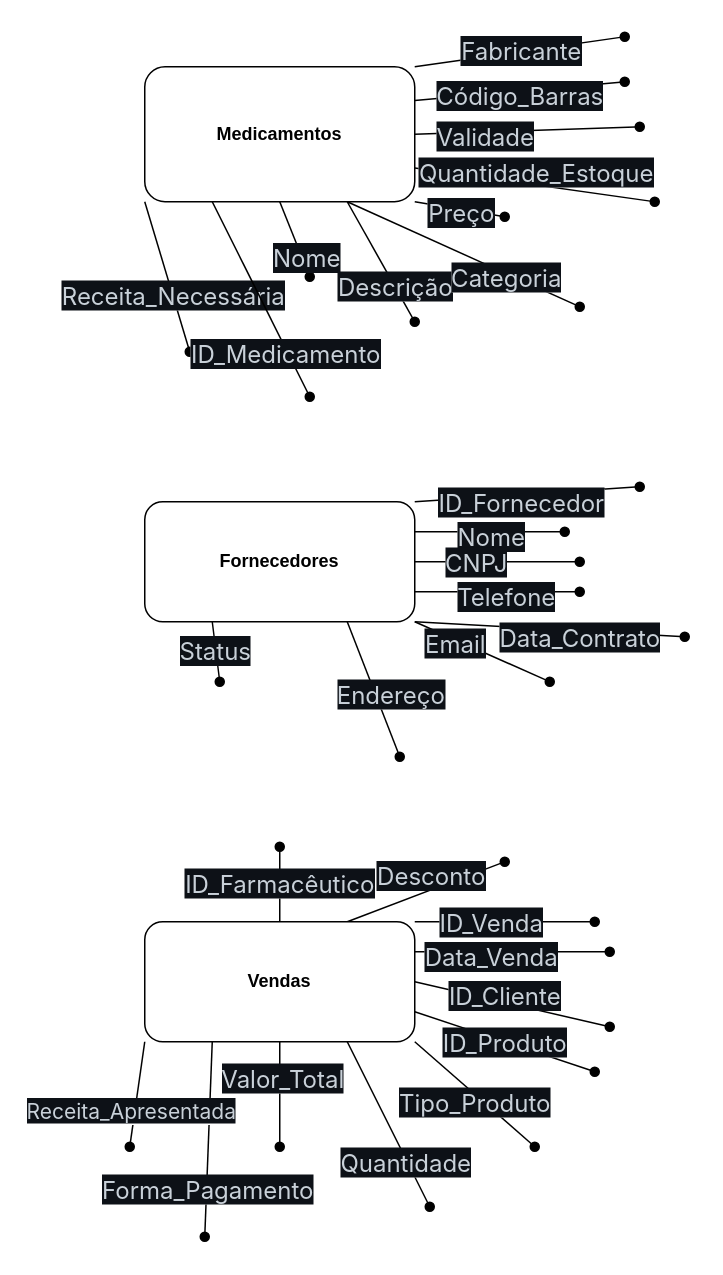
Before: diagrams/diagramas.drawio in and3510/Bank_Pharmacie_Work, a draw.io diagram. Source tidied: cells renumbered, new cells numbered last; positions are measured from the earlier drawing's top-left corner, leaving out a move shared by most shapes. Both pictures are drawn from the tidied source at 150%, with x=0, y=0 at pixel (129, 36).
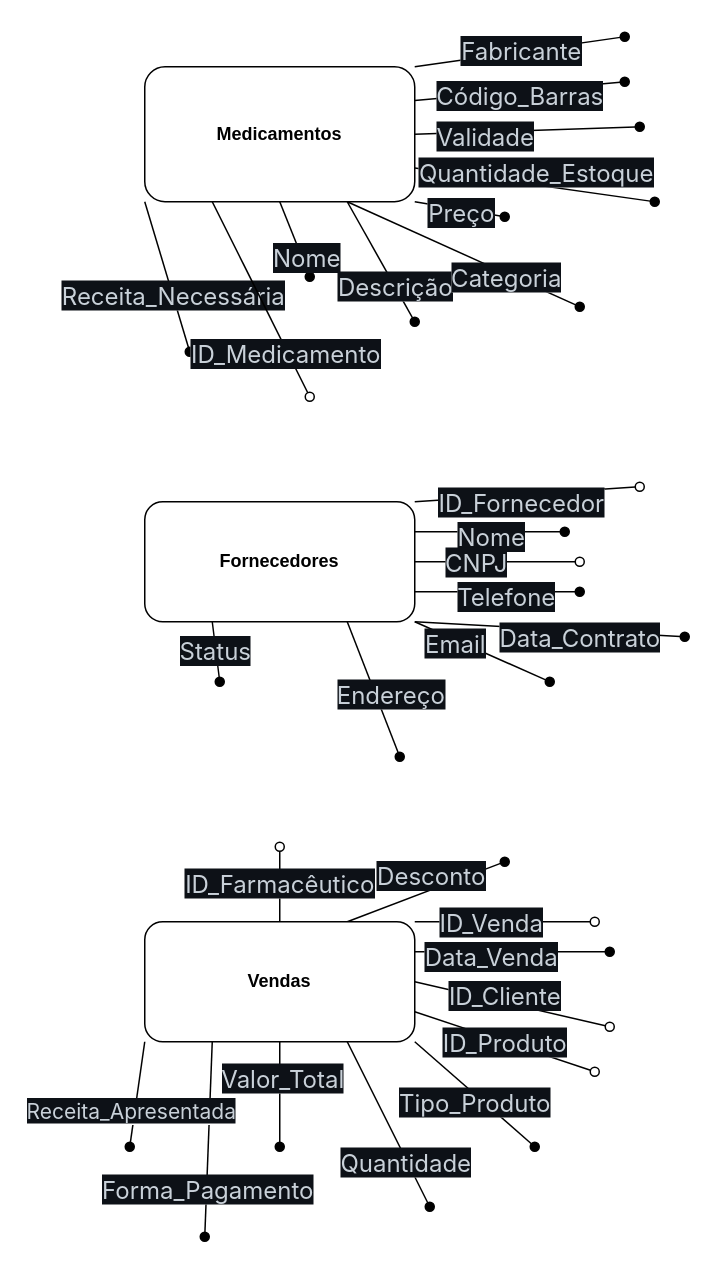
After the change.

Commit message (it also covers changes not shown here):
corrigindo as tabelas e diagrmas

The change refers to these unchanged cells:
```xml
<mxCell id="23" value="&lt;b&gt;Vendas&lt;/b&gt;" style="rounded=1;whiteSpace=wrap;html=1;" parent="1" vertex="1">
  <mxGeometry x="10" y="590" width="180" height="80" as="geometry" />
</mxCell>
<mxCell id="44" value="&lt;b&gt;Medicamentos&lt;/b&gt;" style="rounded=1;whiteSpace=wrap;html=1;" parent="1" vertex="1">
  <mxGeometry x="10" y="20" width="180" height="90" as="geometry" />
</mxCell>
<mxCell id="60" value="&lt;b&gt;Fornecedores&lt;/b&gt;" style="rounded=1;whiteSpace=wrap;html=1;" parent="1" vertex="1">
  <mxGeometry x="10" y="310" width="180" height="80" as="geometry" />
</mxCell>
```

Diff of the diagram source:
```diff
@@
-    <mxCell id="2" style="edgeStyle=none;html=1;exitX=1;exitY=0;exitDx=0;exitDy=0;endArrow=oval;endFill=1;" parent="1" edge="1" source="23">
+    <mxCell id="2" style="edgeStyle=none;html=1;exitX=1;exitY=0;exitDx=0;exitDy=0;endArrow=oval;endFill=0;" parent="1" edge="1" source="23">
       <mxGeometry relative="1" as="geometry">
         <mxPoint x="310" y="590" as="targetPoint" />
       </mxGeometry>
     </mxCell>
@@
-    <mxCell id="6" style="edgeStyle=none;html=1;exitX=1;exitY=0.5;exitDx=0;exitDy=0;endArrow=oval;endFill=1;" parent="1" edge="1" source="23">
+    <mxCell id="6" style="edgeStyle=none;html=1;exitX=1;exitY=0.5;exitDx=0;exitDy=0;endArrow=oval;endFill=0;" parent="1" edge="1" source="23">
       <mxGeometry relative="1" as="geometry">
         <mxPoint x="320" y="660" as="targetPoint" />
       </mxGeometry>
     </mxCell>
@@
-    <mxCell id="8" style="edgeStyle=none;html=1;exitX=1;exitY=0.75;exitDx=0;exitDy=0;endArrow=oval;endFill=1;" parent="1" edge="1" source="23">
+    <mxCell id="8" style="edgeStyle=none;html=1;exitX=1;exitY=0.75;exitDx=0;exitDy=0;endArrow=oval;endFill=0;" parent="1" edge="1" source="23">
       <mxGeometry relative="1" as="geometry">
         <mxPoint x="310" y="690" as="targetPoint" />
       </mxGeometry>
     </mxCell>
@@
-    <mxCell id="22" value="&lt;strong style=&quot;box-sizing: border-box; font-weight: calc(var(--font-weight) + var(--bold-modifier)); color: rgb(201, 209, 217); font-family: &amp;quot;??&amp;quot;, &amp;quot;??&amp;quot;, &amp;quot;??&amp;quot;, &amp;quot;??&amp;quot;, &amp;quot;??&amp;quot;, ui-sans-serif, -apple-system, BlinkMacSystemFont, &amp;quot;Segoe UI&amp;quot;, Roboto, Inter, &amp;quot;Apple Color Emoji&amp;quot;, &amp;quot;Segoe UI Emoji&amp;quot;, &amp;quot;Segoe UI Symbol&amp;quot;, &amp;quot;Microsoft YaHei Light&amp;quot;, sans-serif; font-size: 16px; font-style: normal; font-variant-ligatures: normal; font-variant-caps: normal; letter-spacing: normal; orphans: 2; text-align: start; text-indent: 0px; text-transform: none; widows: 2; word-spacing: 0px; -webkit-text-stroke-width: 0px; caret-color: rgb(201, 209, 217); background-color: rgb(13, 17, 23); text-decoration-thickness: initial; text-decoration-style: initial; text-decoration-color: initial;&quot;&gt;ID_Farmacêutico&lt;/strong&gt;" style="edgeStyle=none;jumpSize=5;html=1;exitX=0.5;exitY=0;exitDx=0;exitDy=0;strokeWidth=1;fontSize=14;endArrow=oval;endFill=1;startSize=5;" parent="1" edge="1" source="23">
+    <mxCell id="22" value="&lt;strong style=&quot;box-sizing: border-box; font-weight: calc(var(--font-weight) + var(--bold-modifier)); color: rgb(201, 209, 217); font-family: &amp;quot;??&amp;quot;, &amp;quot;??&amp;quot;, &amp;quot;??&amp;quot;, &amp;quot;??&amp;quot;, &amp;quot;??&amp;quot;, ui-sans-serif, -apple-system, BlinkMacSystemFont, &amp;quot;Segoe UI&amp;quot;, Roboto, Inter, &amp;quot;Apple Color Emoji&amp;quot;, &amp;quot;Segoe UI Emoji&amp;quot;, &amp;quot;Segoe UI Symbol&amp;quot;, &amp;quot;Microsoft YaHei Light&amp;quot;, sans-serif; font-size: 16px; font-style: normal; font-variant-ligatures: normal; font-variant-caps: normal; letter-spacing: normal; orphans: 2; text-align: start; text-indent: 0px; text-transform: none; widows: 2; word-spacing: 0px; -webkit-text-stroke-width: 0px; caret-color: rgb(201, 209, 217); background-color: rgb(13, 17, 23); text-decoration-thickness: initial; text-decoration-style: initial; text-decoration-color: initial;&quot;&gt;ID_Farmacêutico&lt;/strong&gt;" style="edgeStyle=none;jumpSize=5;html=1;exitX=0.5;exitY=0;exitDx=0;exitDy=0;strokeWidth=1;fontSize=14;endArrow=oval;endFill=0;startSize=5;" parent="1" edge="1" source="23">
       <mxGeometry relative="1" as="geometry">
         <mxPoint x="100" y="540" as="targetPoint" />
       </mxGeometry>
     </mxCell>
@@
-    <mxCell id="26" style="edgeStyle=none;html=1;exitX=0.25;exitY=1;exitDx=0;exitDy=0;endArrow=oval;endFill=1;" parent="1" edge="1" source="44">
+    <mxCell id="26" style="edgeStyle=none;html=1;exitX=0.25;exitY=1;exitDx=0;exitDy=0;endArrow=oval;endFill=0;" parent="1" edge="1" source="44">
       <mxGeometry relative="1" as="geometry">
         <mxPoint x="120" y="240" as="targetPoint" />
       </mxGeometry>
     </mxCell>
@@
-    <mxCell id="45" style="edgeStyle=none;html=1;exitX=1;exitY=0;exitDx=0;exitDy=0;endArrow=oval;endFill=1;" parent="1" edge="1" source="60">
+    <mxCell id="45" style="edgeStyle=none;html=1;exitX=1;exitY=0;exitDx=0;exitDy=0;endArrow=oval;endFill=0;" parent="1" edge="1" source="60">
       <mxGeometry relative="1" as="geometry">
         <mxPoint x="340" y="300" as="targetPoint" />
       </mxGeometry>
     </mxCell>
@@
-    <mxCell id="49" style="edgeStyle=none;html=1;exitX=1;exitY=0.5;exitDx=0;exitDy=0;endArrow=oval;endFill=1;" parent="1" edge="1" source="60">
+    <mxCell id="49" style="edgeStyle=none;html=1;exitX=1;exitY=0.5;exitDx=0;exitDy=0;endArrow=oval;endFill=0;" parent="1" edge="1" source="60">
       <mxGeometry relative="1" as="geometry">
         <mxPoint x="300" y="350" as="targetPoint" />
       </mxGeometry>
     </mxCell>
```
